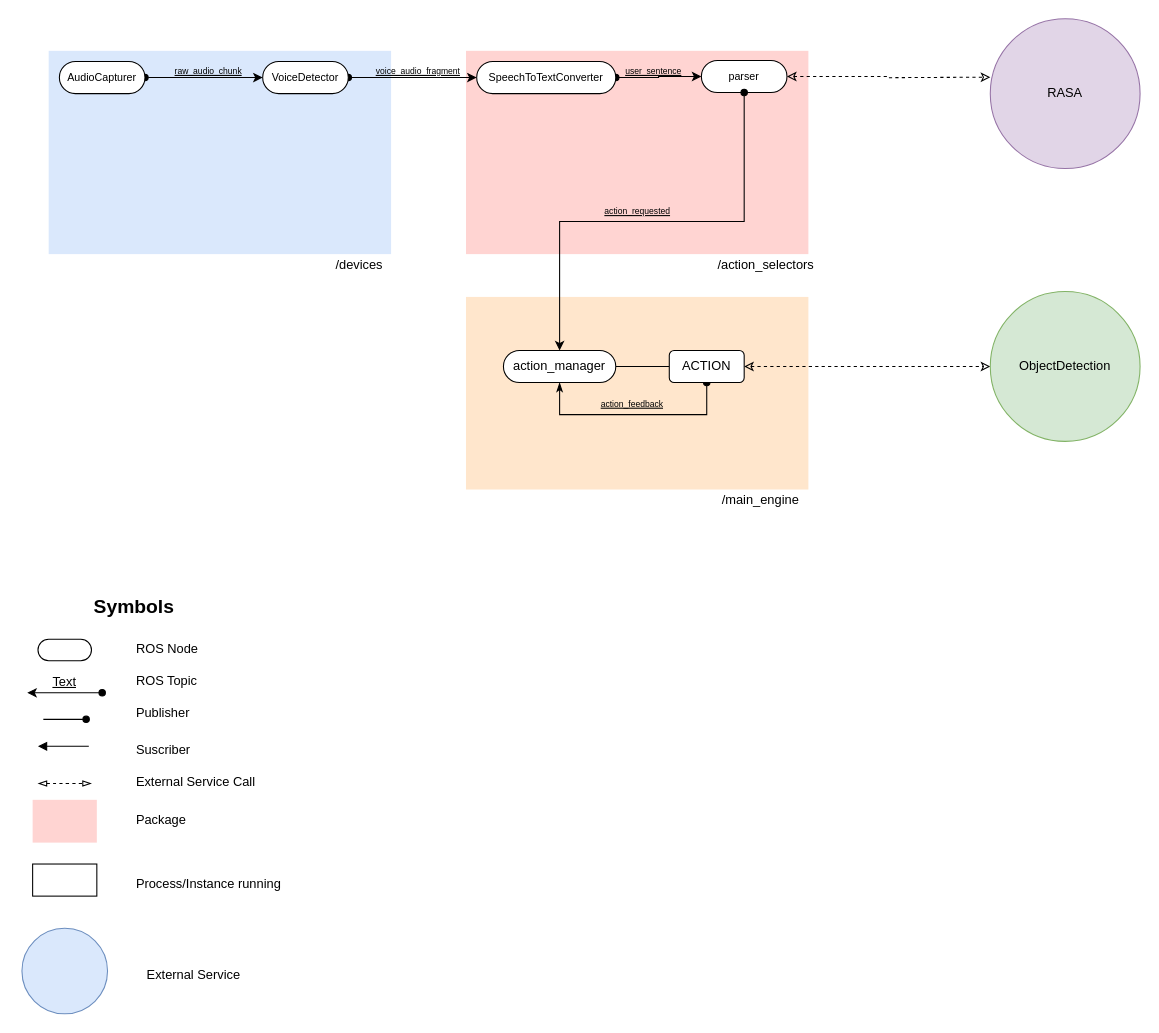
The draw.io diagram Untitled Diagram.drawio in RoBorregos/robocup-home, before the edit. Source tidied: cells renumbered, new cells numbered last; positions are measured from the earlier drawing's top-left corner, leaving out a move shared by most shapes. Both pictures are drawn from the tidied source at 107%, with x=0, y=0 at pixel (21, 18).
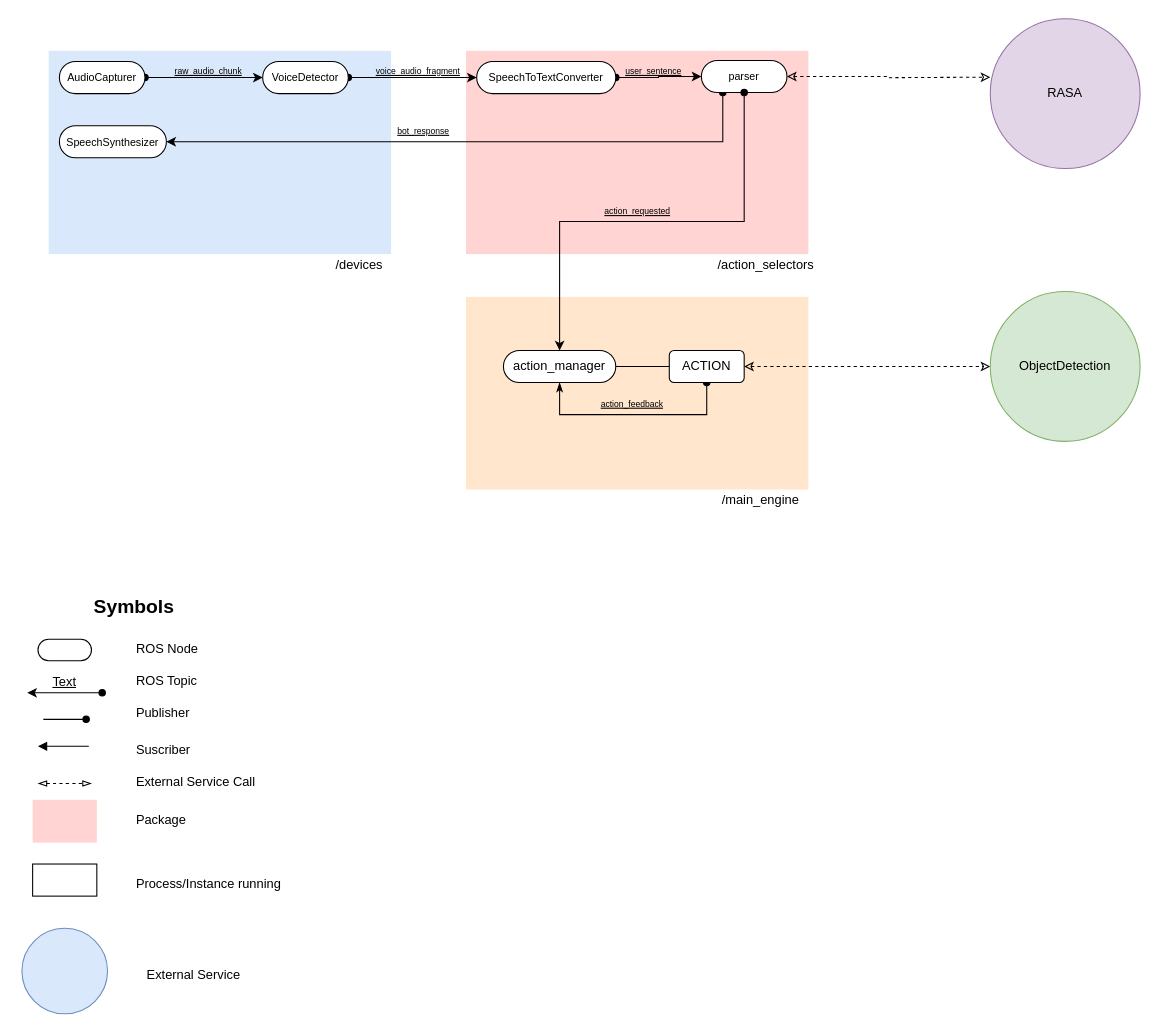
After the change.

Unchanged cells that the change refers to:
```xml
<mxCell id="31" value="&lt;font style=&quot;font-size: 10px&quot;&gt;parser&lt;/font&gt;" style="rounded=1;whiteSpace=wrap;html=1;arcSize=50;" parent="1" vertex="1">
  <mxGeometry x="635" y="39" width="80" height="30" as="geometry" />
</mxCell>
```

Change to the diagram source:
```diff
@@
+    <mxCell id="47" style="edgeStyle=orthogonalEdgeStyle;rounded=0;jettySize=auto;html=1;exitX=0.25;exitY=1;exitDx=0;exitDy=0;entryX=1;entryY=0.5;entryDx=0;entryDy=0;startArrow=oval;startFill=1;endArrow=classic;endFill=1;" parent="1" edge="1" source="31" target="48">
+      <mxGeometry relative="1" as="geometry" />
+    </mxCell>
@@
+    <mxCell id="48" value="&lt;font style=&quot;font-size: 10px&quot;&gt;SpeechSynthesizer&lt;/font&gt;" style="rounded=1;whiteSpace=wrap;html=1;arcSize=50;" parent="1" vertex="1">
+      <mxGeometry x="35" y="100" width="100" height="30" as="geometry" />
+    </mxCell>
+    <mxCell id="49" value="&lt;u&gt;bot_response&lt;/u&gt;" style="text;html=1;align=center;verticalAlign=middle;fontSize=8;" parent="1" vertex="1">
+      <mxGeometry x="345" y="100" width="60" height="10" as="geometry" />
+    </mxCell>
```
